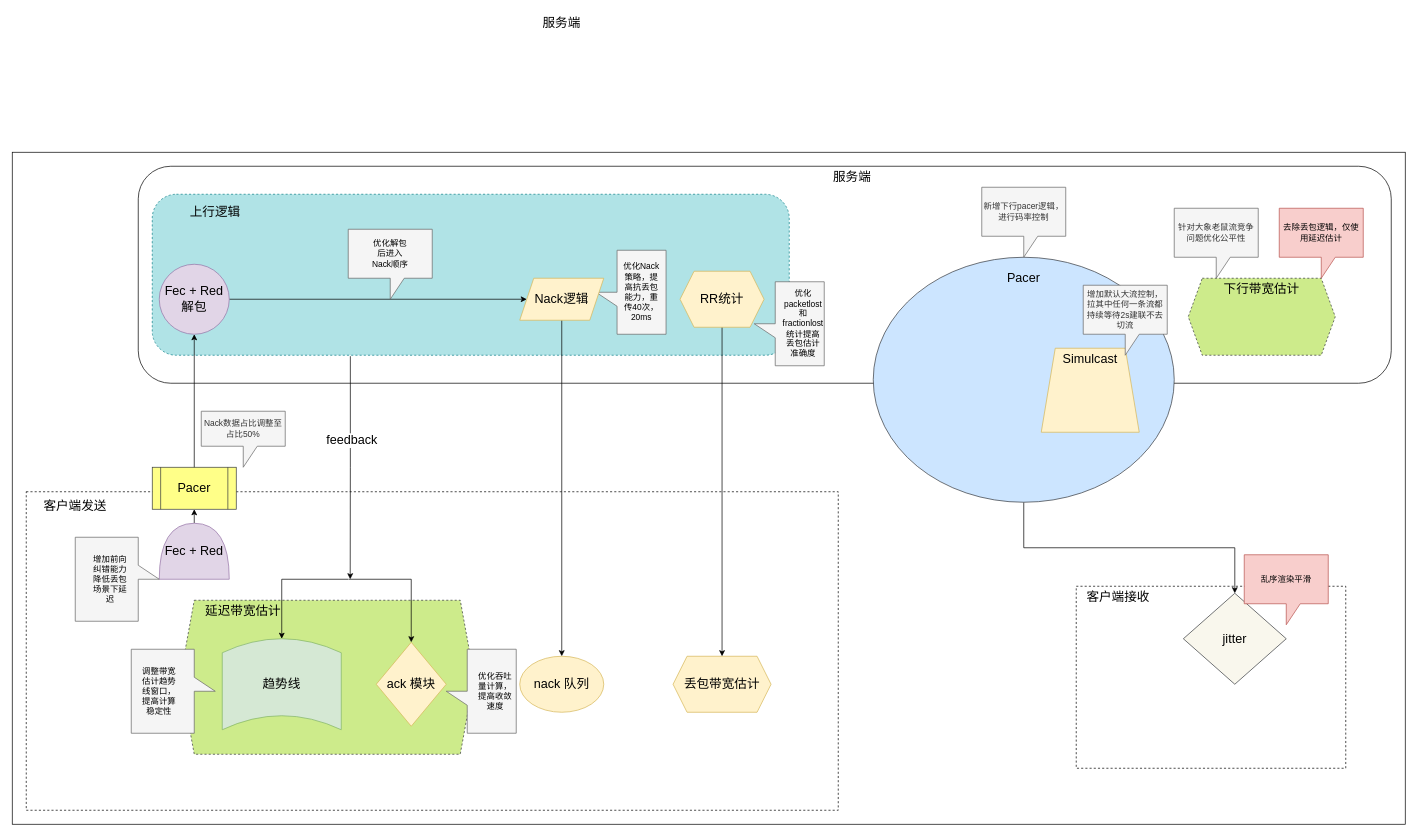
qw225967/loki keeps this draw.io diagram as draw/rtc 系统.drawio. Above is the earlier version. Source tidied: cells renumbered, new cells numbered last; positions are measured from the earlier drawing's top-left corner, leaving out a move shared by most shapes. Both pictures are drawn from the tidied source at 70%, with x=0, y=0 at pixel (12, 12).
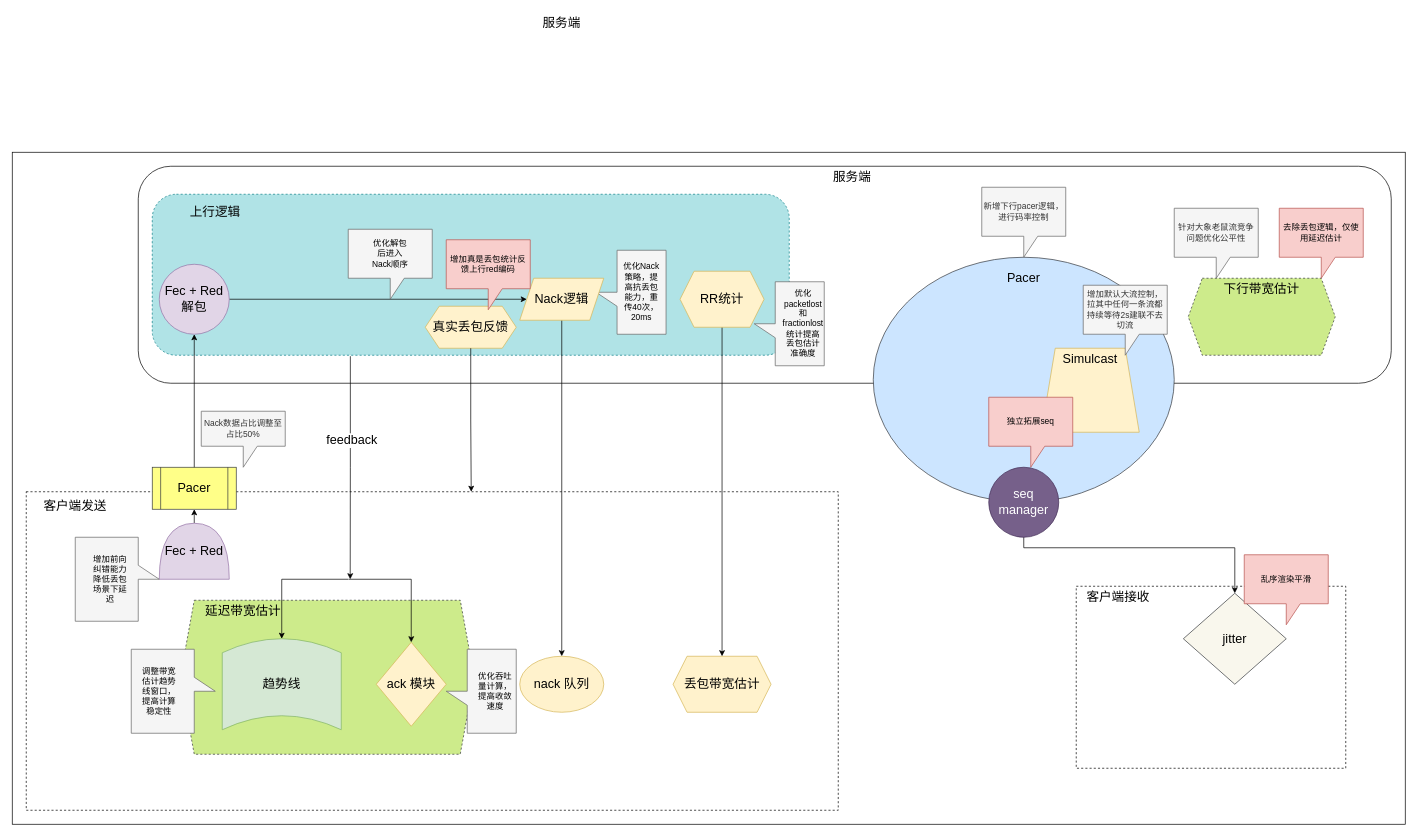
The same diagram, later.

Unchanged cells that the change refers to:
```xml
<mxCell id="7" style="rounded=0;whiteSpace=wrap;html=1;fillColor=none;dashed=1;" parent="1" vertex="1">
  <mxGeometry x="20" y="685" width="1160" height="455" as="geometry" />
</mxCell>
```

Change to the diagram source:
```diff
@@
+    <mxCell id="60" value="独立拓展seq" style="shape=callout;whiteSpace=wrap;html=1;perimeter=calloutPerimeter;rotation=0;fillColor=#f8cecc;strokeColor=#b85450;" parent="1" vertex="1">
+      <mxGeometry x="1395" y="550" width="120" height="100" as="geometry" />
+    </mxCell>
+    <mxCell id="61" value="&lt;font style=&quot;font-size: 18px;&quot;&gt;seq manager&lt;/font&gt;" style="ellipse;whiteSpace=wrap;html=1;fillColor=#76608a;strokeColor=#432D57;fontColor=#ffffff;" parent="1" vertex="1">
+      <mxGeometry x="1395" y="650" width="100" height="100" as="geometry" />
+    </mxCell>
+    <mxCell id="62" value="&lt;span style=&quot;font-size: 18px;&quot;&gt;真实丢包反馈&lt;/span&gt;" style="shape=hexagon;perimeter=hexagonPerimeter2;whiteSpace=wrap;html=1;fixedSize=1;fillColor=#fff2cc;strokeColor=#d6b656;" parent="1" vertex="1">
+      <mxGeometry x="590" y="420" width="130" height="60" as="geometry" />
+    </mxCell>
+    <mxCell id="63" style="edgeStyle=orthogonalEdgeStyle;rounded=0;jettySize=auto;html=1;exitX=0.5;exitY=1;exitDx=0;exitDy=0;entryX=0.548;entryY=0;entryDx=0;entryDy=0;entryPerimeter=0;" parent="1" edge="1" source="62" target="7">
+      <mxGeometry relative="1" as="geometry" />
+    </mxCell>
+    <mxCell id="64" value="增加真是丢包统计反馈上行red编码" style="shape=callout;whiteSpace=wrap;html=1;perimeter=calloutPerimeter;rotation=0;fillColor=#f8cecc;strokeColor=#b85450;" parent="1" vertex="1">
+      <mxGeometry x="620" y="325" width="120" height="100" as="geometry" />
+    </mxCell>
```
